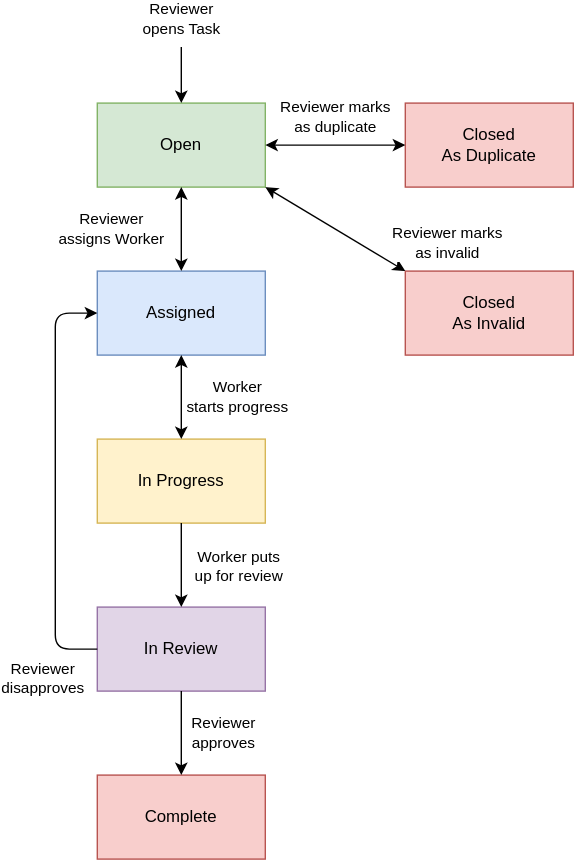
Before: readme_svgs/task-workflow.svg, a diagram exported from draw.io (dsandstrom/task_roller). Source tidied: cells renumbered, new cells last; positions are measured from the earlier drawing's top-left corner, leaving out a move shared by most shapes.
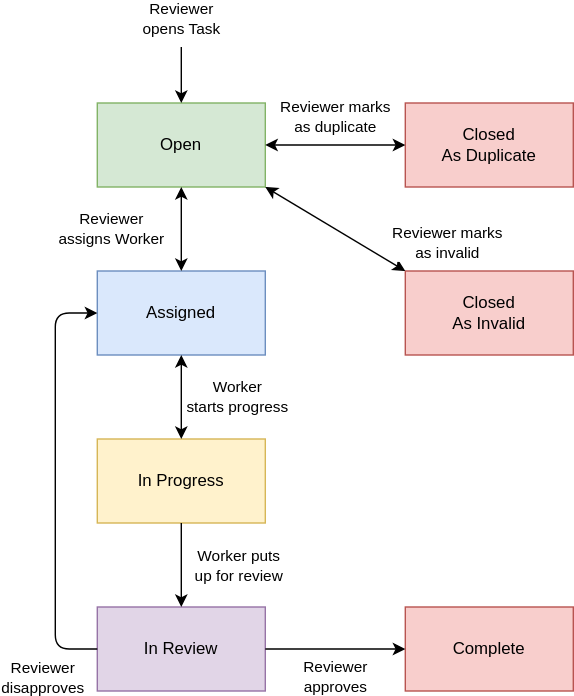
After the commit.

Commit message:
Update task workflow svg

Diff of the diagram source:
```diff
@@ -15,7 +15,7 @@
       <mxGeometry x="30" y="400" width="120" height="60" as="geometry" />
     </mxCell>
     <mxCell id="6" value="Complete" style="rounded=0;whiteSpace=wrap;html=1;fillColor=#f8cecc;strokeColor=#b85450;" parent="1" vertex="1">
-      <mxGeometry x="30" y="520" width="120" height="60" as="geometry" />
+      <mxGeometry x="250" y="400" width="120" height="60" as="geometry" />
     </mxCell>
     <mxCell id="7" value="&lt;div&gt;Closed &lt;br&gt;&lt;/div&gt;&lt;div&gt;As Duplicate&lt;/div&gt;" style="rounded=0;whiteSpace=wrap;html=1;fillColor=#f8cecc;strokeColor=#b85450;" parent="1" vertex="1">
       <mxGeometry x="250" y="40" width="120" height="60" as="geometry" />
@@ -42,8 +42,8 @@
         <mxPoint x="-10" y="130" as="offset" />
       </mxGeometry>
     </mxCell>
-    <mxCell id="13" value="&lt;div&gt;Reviewer&lt;/div&gt;&lt;div&gt;approves&lt;/div&gt;" style="endArrow=classic;html=1;entryX=0.5;entryY=0;entryDx=0;entryDy=0;exitX=0.5;exitY=1;exitDx=0;exitDy=0;" parent="1" edge="1" source="5" target="6">
-      <mxGeometry y="30" relative="1" as="geometry" />
+    <mxCell id="13" value="&lt;div&gt;Reviewer&lt;/div&gt;&lt;div&gt;approves&lt;/div&gt;" style="endArrow=classic;html=1;entryX=0;entryY=0.5;entryDx=0;entryDy=0;exitX=1;exitY=0.5;exitDx=0;exitDy=0;" parent="1" edge="1" source="5" target="6">
+      <mxGeometry y="-20" relative="1" as="geometry" />
     </mxCell>
     <mxCell id="14" value="&lt;div&gt;Reviewer marks &lt;br&gt;&lt;/div&gt;&lt;div&gt;as duplicate&lt;br&gt;&lt;/div&gt;" style="endArrow=classic;startArrow=classic;html=1;entryX=0;entryY=0.5;entryDx=0;entryDy=0;exitX=1;exitY=0.5;exitDx=0;exitDy=0;" parent="1" edge="1" source="2" target="7">
       <mxGeometry y="20" relative="1" as="geometry" />
```
